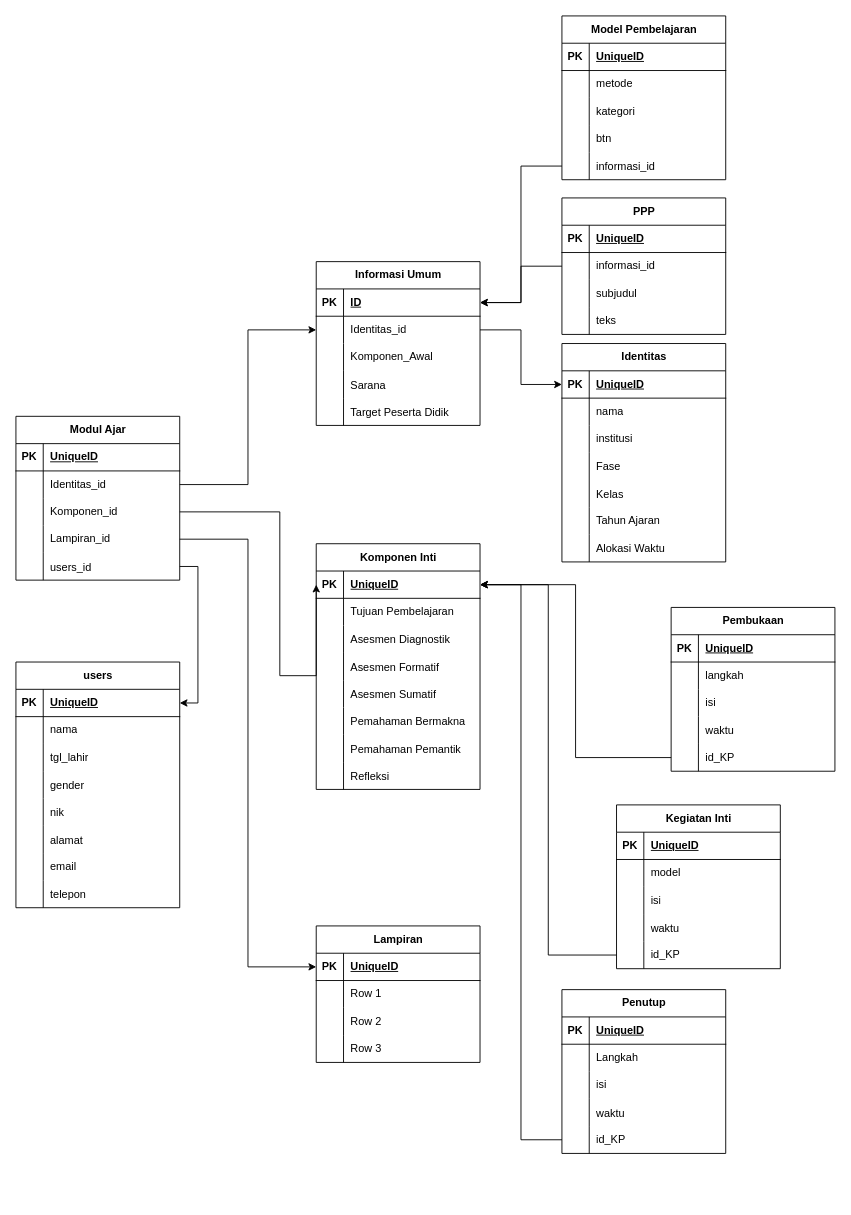
Before: ERD.drawio in Hagane26/SISMOJA-V1, a draw.io diagram. Source tidied: cells renumbered, new cells numbered last; positions are measured from the earlier drawing's top-left corner, leaving out a move shared by most shapes. Both pictures are drawn from the tidied source at 91%, with x=0, y=0 at pixel (15, 15).
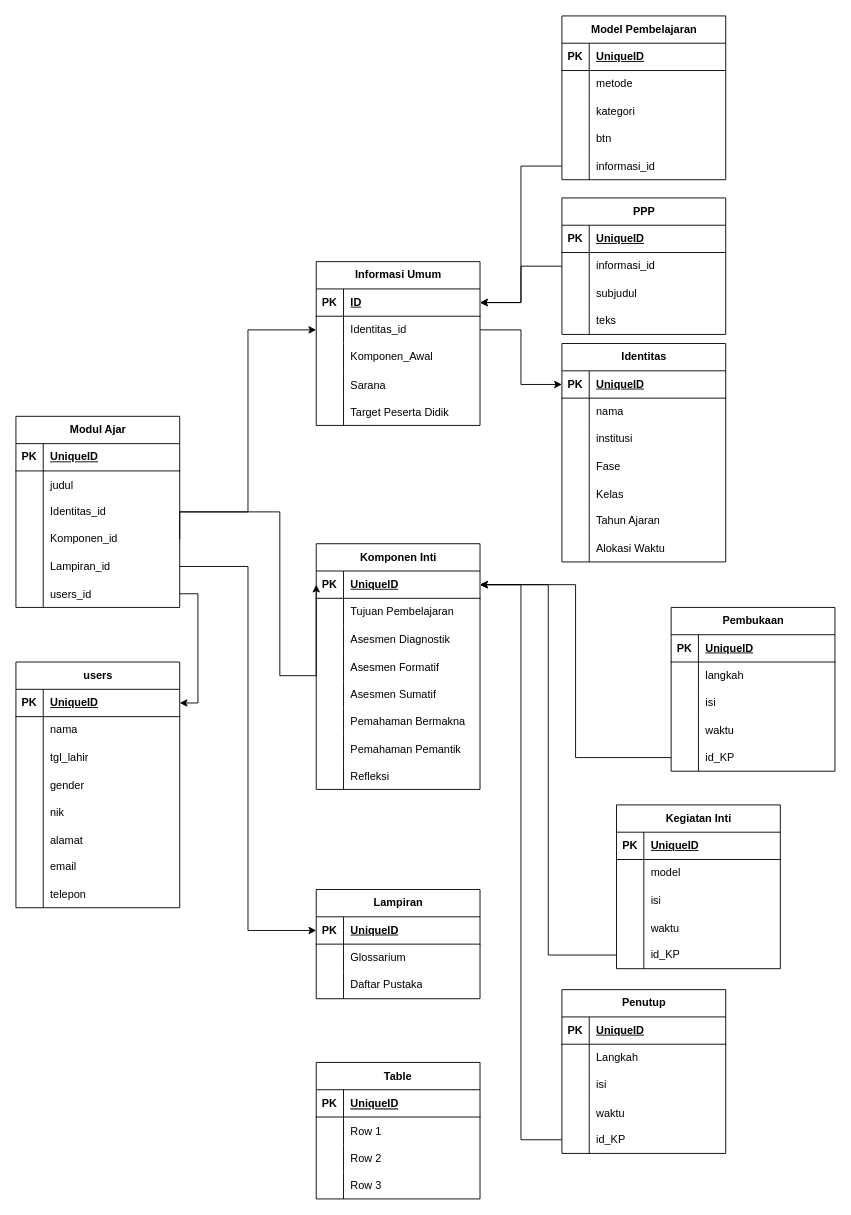
After the change.

The change refers to these unchanged cells:
```xml
<mxCell id="98" style="shape=tableRow;horizontal=0;startSize=0;swimlaneHead=0;swimlaneBody=0;fillColor=none;top=0;left=0;right=0;bottom=0;" parent="94" vertex="1">
  <mxGeometry y="60" width="180" height="30" as="geometry" />
</mxCell>
<mxCell id="101" style="shape=tableRow;horizontal=0;startSize=0;swimlaneHead=0;swimlaneBody=0;fillColor=none;top=0;left=0;right=0;bottom=0;" parent="94" vertex="1">
  <mxGeometry y="90" width="180" height="30" as="geometry" />
</mxCell>
```

Change to the diagram source:
```diff
@@
     <mxCell id="94" value="Lampiran" style="shape=table;startSize=30;childLayout=tableLayout;rowLines=0;fontStyle=1;align=center;html=1;" parent="1" vertex="1">
-      <mxGeometry x="330" y="1000" width="180" height="150" as="geometry" />
+      <mxGeometry x="330" y="960" width="180" height="120" as="geometry" />
     </mxCell>
@@
-    <mxCell id="100" value="Row 1" style="shape=partialRectangle;fillColor=none;top=0;left=0;bottom=0;right=0;align=left;spacingLeft=6;overflow=hidden;whiteSpace=wrap;html=1;" parent="98" vertex="1">
+    <mxCell id="100" value="Glossarium" style="shape=partialRectangle;fillColor=none;top=0;left=0;bottom=0;right=0;align=left;spacingLeft=6;overflow=hidden;whiteSpace=wrap;html=1;" parent="98" vertex="1">
       <mxGeometry x="30" width="150" height="30" as="geometry" />
     </mxCell>
@@
-    <mxCell id="103" value="Row 2" style="shape=partialRectangle;fillColor=none;top=0;left=0;bottom=0;right=0;align=left;spacingLeft=6;overflow=hidden;whiteSpace=wrap;html=1;" parent="101" vertex="1">
+    <mxCell id="103" value="Daftar Pustaka" style="shape=partialRectangle;fillColor=none;top=0;left=0;bottom=0;right=0;align=left;spacingLeft=6;overflow=hidden;whiteSpace=wrap;html=1;" parent="101" vertex="1">
       <mxGeometry x="30" width="150" height="30" as="geometry" />
     </mxCell>
-    <mxCell id="104" style="shape=tableRow;horizontal=0;startSize=0;swimlaneHead=0;swimlaneBody=0;fillColor=none;top=0;left=0;right=0;bottom=0;" parent="94" vertex="1">
-      <mxGeometry y="120" width="180" height="30" as="geometry" />
-    </mxCell>
-    <mxCell id="105" style="shape=partialRectangle;fillColor=none;top=0;left=0;bottom=0;right=0;overflow=hidden;whiteSpace=wrap;html=1;" parent="104" vertex="1">
-      <mxGeometry width="30" height="30" as="geometry" />
-    </mxCell>
-    <mxCell id="106" value="Row 3" style="shape=partialRectangle;fillColor=none;top=0;left=0;bottom=0;right=0;align=left;spacingLeft=6;overflow=hidden;whiteSpace=wrap;html=1;" parent="104" vertex="1">
-      <mxGeometry x="30" width="150" height="30" as="geometry" />
-    </mxCell>
     <mxCell id="107" value="Modul Ajar" style="shape=table;startSize=30;childLayout=tableLayout;rowLines=0;fontStyle=1;align=center;html=1;" parent="1" vertex="1">
-      <mxGeometry y="440" width="180" height="180" as="geometry" />
+      <mxGeometry y="440" width="180" height="210" as="geometry" />
     </mxCell>
@@
+    <mxCell id="206" style="shape=tableRow;horizontal=0;startSize=0;swimlaneHead=0;swimlaneBody=0;fillColor=none;top=0;left=0;right=0;bottom=0;" parent="107" vertex="1">
+      <mxGeometry y="60" width="180" height="30" as="geometry" />
+    </mxCell>
+    <mxCell id="207" style="shape=partialRectangle;fillColor=none;top=0;left=0;bottom=0;right=0;overflow=hidden;" parent="206" vertex="1">
+      <mxGeometry width="30" height="30" as="geometry" />
+    </mxCell>
+    <mxCell id="208" value="judul" style="shape=partialRectangle;fillColor=none;top=0;left=0;bottom=0;right=0;align=left;spacingLeft=6;overflow=hidden;" parent="206" vertex="1">
+      <mxGeometry x="30" width="150" height="30" as="geometry" />
+    </mxCell>
     <mxCell id="111" style="shape=tableRow;horizontal=0;startSize=0;swimlaneHead=0;swimlaneBody=0;fillColor=none;points=[[0,0.5],[1,0.5]];portConstraint=eastwest;top=0;left=0;right=0;bottom=0;" parent="107" vertex="1">
-      <mxGeometry y="60" width="180" height="30" as="geometry" />
+      <mxGeometry y="90" width="180" height="30" as="geometry" />
     </mxCell>
@@
     <mxCell id="114" style="shape=tableRow;horizontal=0;startSize=0;swimlaneHead=0;swimlaneBody=0;fillColor=none;points=[[0,0.5],[1,0.5]];portConstraint=eastwest;top=0;left=0;right=0;bottom=0;" parent="107" vertex="1">
-      <mxGeometry y="90" width="180" height="30" as="geometry" />
+      <mxGeometry y="120" width="180" height="30" as="geometry" />
     </mxCell>
@@
     <mxCell id="117" style="shape=tableRow;horizontal=0;startSize=0;swimlaneHead=0;swimlaneBody=0;fillColor=none;points=[[0,0.5],[1,0.5]];portConstraint=eastwest;top=0;left=0;right=0;bottom=0;" parent="107" vertex="1">
-      <mxGeometry y="120" width="180" height="30" as="geometry" />
+      <mxGeometry y="150" width="180" height="30" as="geometry" />
     </mxCell>
@@
     <mxCell id="120" style="shape=tableRow;horizontal=0;startSize=0;swimlaneHead=0;swimlaneBody=0;fillColor=none;points=[[0,0.5],[1,0.5]];portConstraint=eastwest;top=0;left=0;right=0;bottom=0;" parent="107" vertex="1">
-      <mxGeometry y="150" width="180" height="30" as="geometry" />
+      <mxGeometry y="180" width="180" height="30" as="geometry" />
     </mxCell>
@@
+    <mxCell id="209" value="Table" style="shape=table;startSize=30;childLayout=tableLayout;rowLines=0;fontStyle=1;align=center;" parent="1" vertex="1">
+      <mxGeometry x="330" y="1150" width="180" height="150" as="geometry" />
+    </mxCell>
+    <mxCell id="210" style="shape=tableRow;horizontal=0;startSize=0;swimlaneHead=0;swimlaneBody=0;fillColor=none;top=0;left=0;right=0;bottom=1;" parent="209" vertex="1">
+      <mxGeometry y="30" width="180" height="30" as="geometry" />
+    </mxCell>
+    <mxCell id="211" value="PK" style="shape=partialRectangle;fillColor=none;top=0;left=0;bottom=0;right=0;fontStyle=1;overflow=hidden;" parent="210" vertex="1">
+      <mxGeometry width="30" height="30" as="geometry" />
+    </mxCell>
+    <mxCell id="212" value="UniqueID" style="shape=partialRectangle;fillColor=none;top=0;left=0;bottom=0;right=0;align=left;spacingLeft=6;fontStyle=5;overflow=hidden;" parent="210" vertex="1">
+      <mxGeometry x="30" width="150" height="30" as="geometry" />
+    </mxCell>
+    <mxCell id="213" style="shape=tableRow;horizontal=0;startSize=0;swimlaneHead=0;swimlaneBody=0;fillColor=none;top=0;left=0;right=0;bottom=0;" parent="209" vertex="1">
+      <mxGeometry y="60" width="180" height="30" as="geometry" />
+    </mxCell>
+    <mxCell id="214" style="shape=partialRectangle;fillColor=none;top=0;left=0;bottom=0;right=0;overflow=hidden;" parent="213" vertex="1">
+      <mxGeometry width="30" height="30" as="geometry" />
+    </mxCell>
+    <mxCell id="215" value="Row 1" style="shape=partialRectangle;fillColor=none;top=0;left=0;bottom=0;right=0;align=left;spacingLeft=6;overflow=hidden;" parent="213" vertex="1">
+      <mxGeometry x="30" width="150" height="30" as="geometry" />
+    </mxCell>
+    <mxCell id="216" style="shape=tableRow;horizontal=0;startSize=0;swimlaneHead=0;swimlaneBody=0;fillColor=none;top=0;left=0;right=0;bottom=0;" parent="209" vertex="1">
+      <mxGeometry y="90" width="180" height="30" as="geometry" />
+    </mxCell>
+    <mxCell id="217" style="shape=partialRectangle;fillColor=none;top=0;left=0;bottom=0;right=0;overflow=hidden;" parent="216" vertex="1">
+      <mxGeometry width="30" height="30" as="geometry" />
+    </mxCell>
+    <mxCell id="218" value="Row 2" style="shape=partialRectangle;fillColor=none;top=0;left=0;bottom=0;right=0;align=left;spacingLeft=6;overflow=hidden;" parent="216" vertex="1">
+      <mxGeometry x="30" width="150" height="30" as="geometry" />
+    </mxCell>
+    <mxCell id="104" style="shape=tableRow;horizontal=0;startSize=0;swimlaneHead=0;swimlaneBody=0;fillColor=none;top=0;left=0;right=0;bottom=0;" parent="209" vertex="1">
+      <mxGeometry y="120" width="180" height="30" as="geometry" />
+    </mxCell>
+    <mxCell id="219" style="shape=partialRectangle;fillColor=none;top=0;left=0;bottom=0;right=0;overflow=hidden;" parent="104" vertex="1">
+      <mxGeometry width="30" height="30" as="geometry" />
+    </mxCell>
+    <mxCell id="106" value="Row 3" style="shape=partialRectangle;fillColor=none;top=0;left=0;bottom=0;right=0;align=left;spacingLeft=6;overflow=hidden;" parent="104" vertex="1">
+      <mxGeometry x="30" width="150" height="30" as="geometry" />
+    </mxCell>
```
